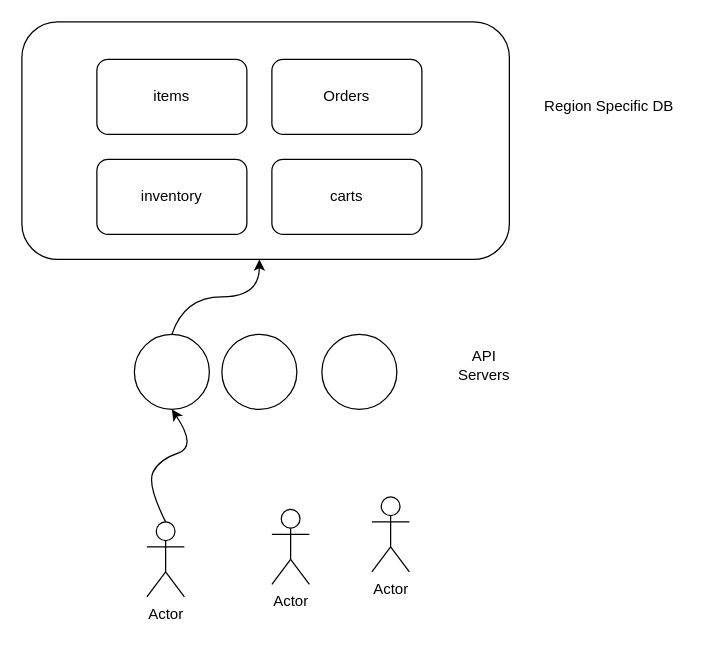
The draw.io diagram Amazon 2 Diagram.drawio in rajdeepd/draw_io, before the edit. Source tidied: cells renumbered, new cells numbered last; positions are measured from the earlier drawing's top-left corner, leaving out a move shared by most shapes. Both pictures are drawn from the tidied source at 125%, with x=0, y=0 at pixel (21, 21).
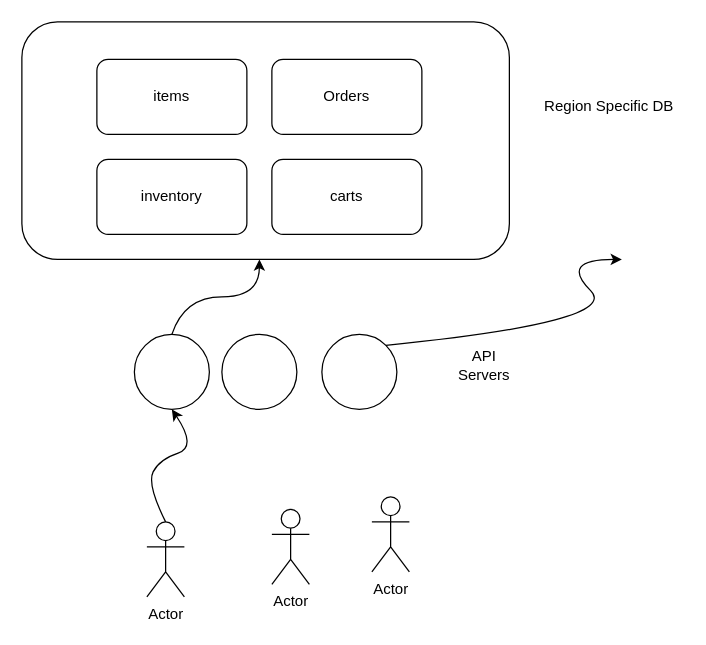
The same page after the edit.

The change refers to these unchanged cells:
```xml
<mxCell id="9" style="ellipse;whiteSpace=wrap;html=1;" parent="1" vertex="1">
  <mxGeometry x="240" y="250" width="60" height="60" as="geometry" />
</mxCell>
```

The edit, as a diff of the source:
```diff
@@
+    <mxCell id="17" style="curved=1;endArrow=classic;html=1;rounded=0;exitX=1;exitY=0;exitDx=0;exitDy=0;" parent="1" edge="1" source="9">
+      <mxGeometry relative="1" as="geometry">
+        <mxPoint x="480" y="190" as="targetPoint" />
+        <Array as="points">
+          <mxPoint x="480" y="240" />
+          <mxPoint x="430" y="190" />
+        </Array>
+      </mxGeometry>
+    </mxCell>
```
